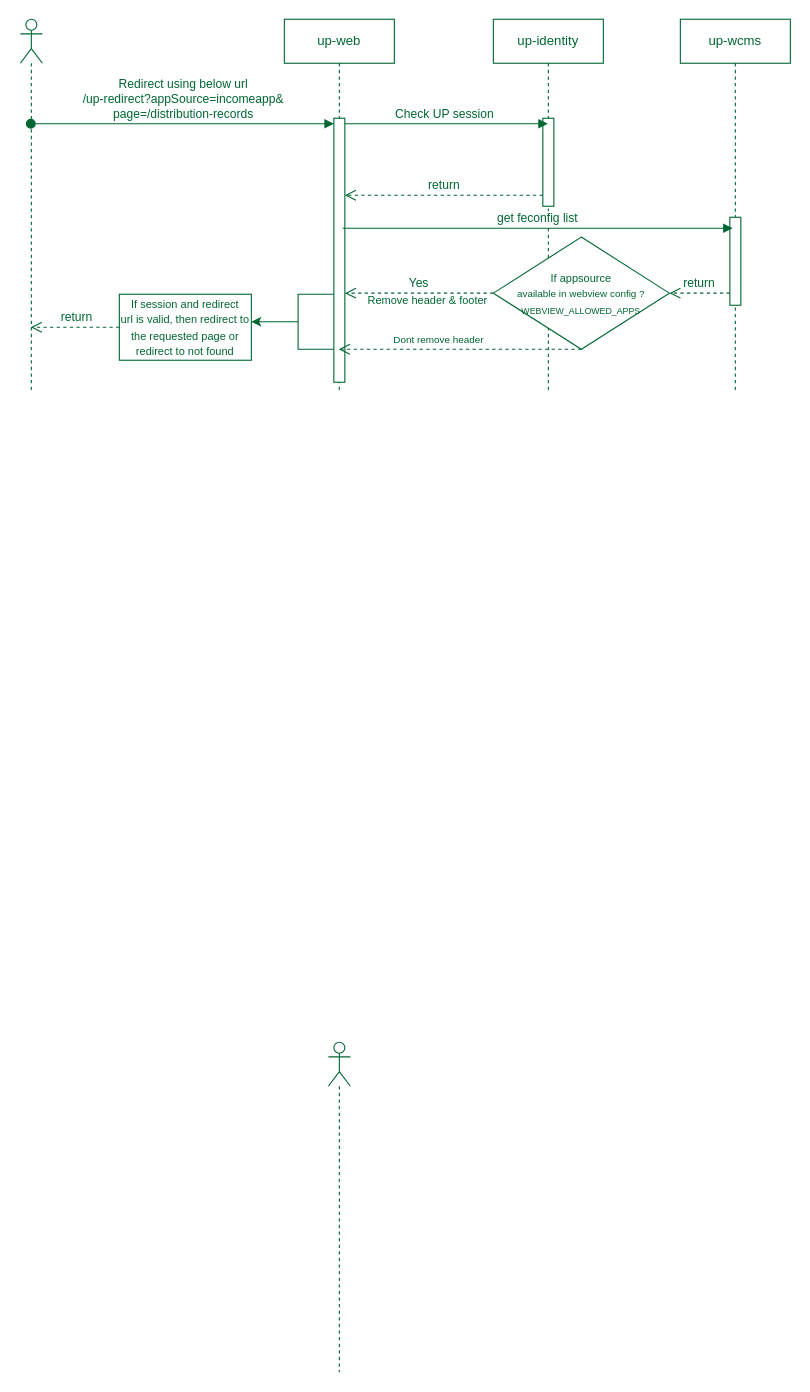
ajeeshraj56/drawio keeps this draw.io diagram as Webview integration.drawio. Above is the earlier version. Source tidied: cells renumbered, new cells numbered last; positions are measured from the earlier drawing's top-left corner, leaving out a move shared by most shapes. Both pictures are drawn from the tidied source at 110%, with x=0, y=0 at pixel (20, 19).
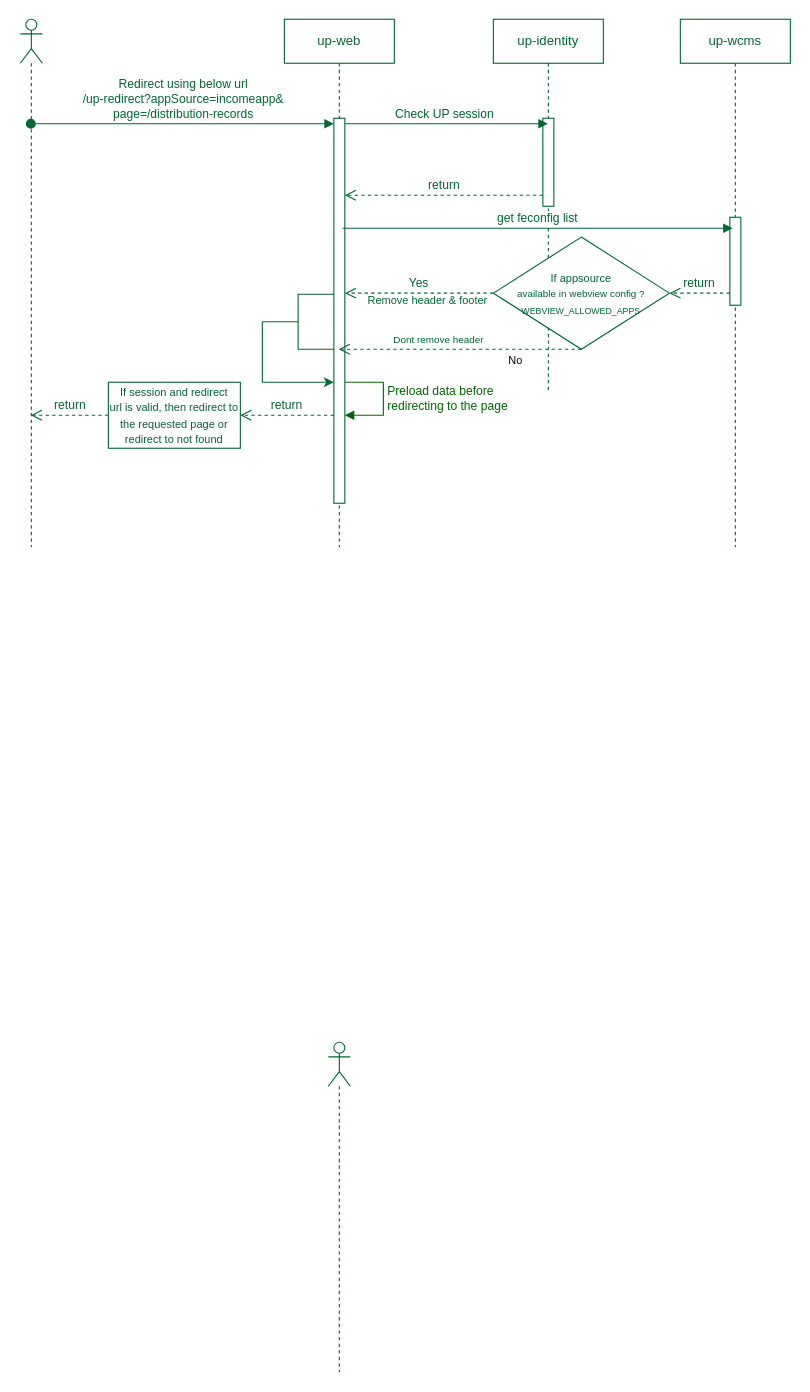
The same page after the edit.

Unchanged cells that the change refers to:
```xml
<mxCell id="22" style="strokeWidth=1;html=1;shape=mxgraph.flowchart.annotation_2;align=left;labelPosition=right;strokeColor=#006633;fontColor=#006633;" parent="1" vertex="1">
  <mxGeometry x="220" y="250" width="65" height="50" as="geometry" />
</mxCell>
```

Change to the diagram source:
```diff
@@
     <mxCell id="3" style="shape=umlLifeline;perimeter=lifelinePerimeter;whiteSpace=wrap;html=1;outlineConnect=0;portConstraint=eastwest;newEdgeStyle={&quot;curved&quot;:0,&quot;rounded&quot;:0};participant=umlActor;strokeColor=#006633;fontColor=#006633;" parent="1" vertex="1">
-      <mxGeometry width="20" height="340" as="geometry" />
+      <mxGeometry width="20" height="480" as="geometry" />
     </mxCell>
     <mxCell id="4" value="up-web" style="shape=umlLifeline;perimeter=lifelinePerimeter;whiteSpace=wrap;html=1;outlineConnect=0;portConstraint=eastwest;newEdgeStyle={&quot;curved&quot;:0,&quot;rounded&quot;:0};strokeColor=#006633;fontColor=#006633;" parent="1" vertex="1">
-      <mxGeometry x="240" width="100" height="340" as="geometry" />
+      <mxGeometry x="240" width="100" height="480" as="geometry" />
     </mxCell>
     <mxCell id="5" style="html=1;points=[[0,0,0,0,5],[0,1,0,0,-5],[1,0,0,0,5],[1,1,0,0,-5]];perimeter=orthogonalPerimeter;outlineConnect=0;targetShapes=umlLifeline;portConstraint=eastwest;newEdgeStyle={&quot;curved&quot;:0,&quot;rounded&quot;:0};strokeColor=#006633;fontColor=#006633;" parent="4" vertex="1">
-      <mxGeometry x="45" y="90" width="10" height="240" as="geometry" />
+      <mxGeometry x="45" y="90" width="10" height="350" as="geometry" />
     </mxCell>
+    <mxCell id="23" value="&lt;font color=&quot;#006600&quot;&gt;Preload data before&lt;br&gt;redirecting to the page&lt;/font&gt;" style="html=1;align=left;spacingLeft=2;endArrow=block;rounded=0;edgeStyle=orthogonalEdgeStyle;curved=0;rounded=0;strokeColor=#006600;" parent="4" edge="1" source="5" target="5">
+      <mxGeometry relative="1" as="geometry">
+        <Array as="points">
+          <mxPoint x="90" y="330" />
+          <mxPoint x="90" y="360" />
+        </Array>
+      </mxGeometry>
+    </mxCell>
@@
     <mxCell id="8" value="up-wcms" style="shape=umlLifeline;perimeter=lifelinePerimeter;whiteSpace=wrap;html=1;newEdgeStyle={&quot;curved&quot;:0,&quot;rounded&quot;:0};strokeColor=#006633;fontColor=#006633;" parent="1" vertex="1">
-      <mxGeometry x="600" width="100" height="340" as="geometry" />
+      <mxGeometry x="600" width="100" height="480" as="geometry" />
     </mxCell>
@@
     <mxCell id="14" value="&lt;font style=&quot;font-size: 10px;&quot;&gt;If session and redirect&lt;br&gt;url is valid, then redirect to the requested page or redirect to not found&lt;/font&gt;" style="rounded=0;whiteSpace=wrap;html=1;fontColor=#006633;strokeColor=#006633;" parent="1" vertex="1">
-      <mxGeometry x="90" y="250" width="120" height="60" as="geometry" />
+      <mxGeometry x="80" y="330" width="120" height="60" as="geometry" />
     </mxCell>
@@
-    <mxCell id="21" style="edgeStyle=orthogonalEdgeStyle;rounded=0;jettySize=auto;html=1;exitX=0;exitY=0.5;exitDx=0;exitDy=0;exitPerimeter=0;strokeColor=#006633;fontColor=#006633;" parent="1" edge="1" source="22">
+    <mxCell id="21" style="edgeStyle=orthogonalEdgeStyle;rounded=0;jettySize=auto;html=1;exitX=0;exitY=0.5;exitDx=0;exitDy=0;exitPerimeter=0;strokeColor=#006633;fontColor=#006633;" parent="1" edge="1" source="22" target="5">
       <mxGeometry relative="1" as="geometry">
-        <mxPoint x="210" y="275" as="targetPoint" />
+        <Array as="points">
+          <mxPoint x="220" y="330" />
+        </Array>
       </mxGeometry>
     </mxCell>
@@
+    <mxCell id="24" value="&lt;font style=&quot;font-size: 10px;&quot;&gt;No&lt;/font&gt;" style="text;html=1;align=center;verticalAlign=middle;strokeColor=none;fillColor=none;" parent="1" vertex="1">
+      <mxGeometry x="430" y="295" width="40" height="30" as="geometry" />
+    </mxCell>
+    <mxCell id="25" value="&lt;font color=&quot;#006633&quot;&gt;return&lt;/font&gt;" style="html=1;verticalAlign=bottom;endArrow=open;dashed=1;endSize=8;curved=0;rounded=0;entryX=1;entryY=0.5;entryDx=0;entryDy=0;strokeColor=#006633;" parent="1" edge="1" source="5" target="14">
+      <mxGeometry relative="1" as="geometry" />
+    </mxCell>
```
